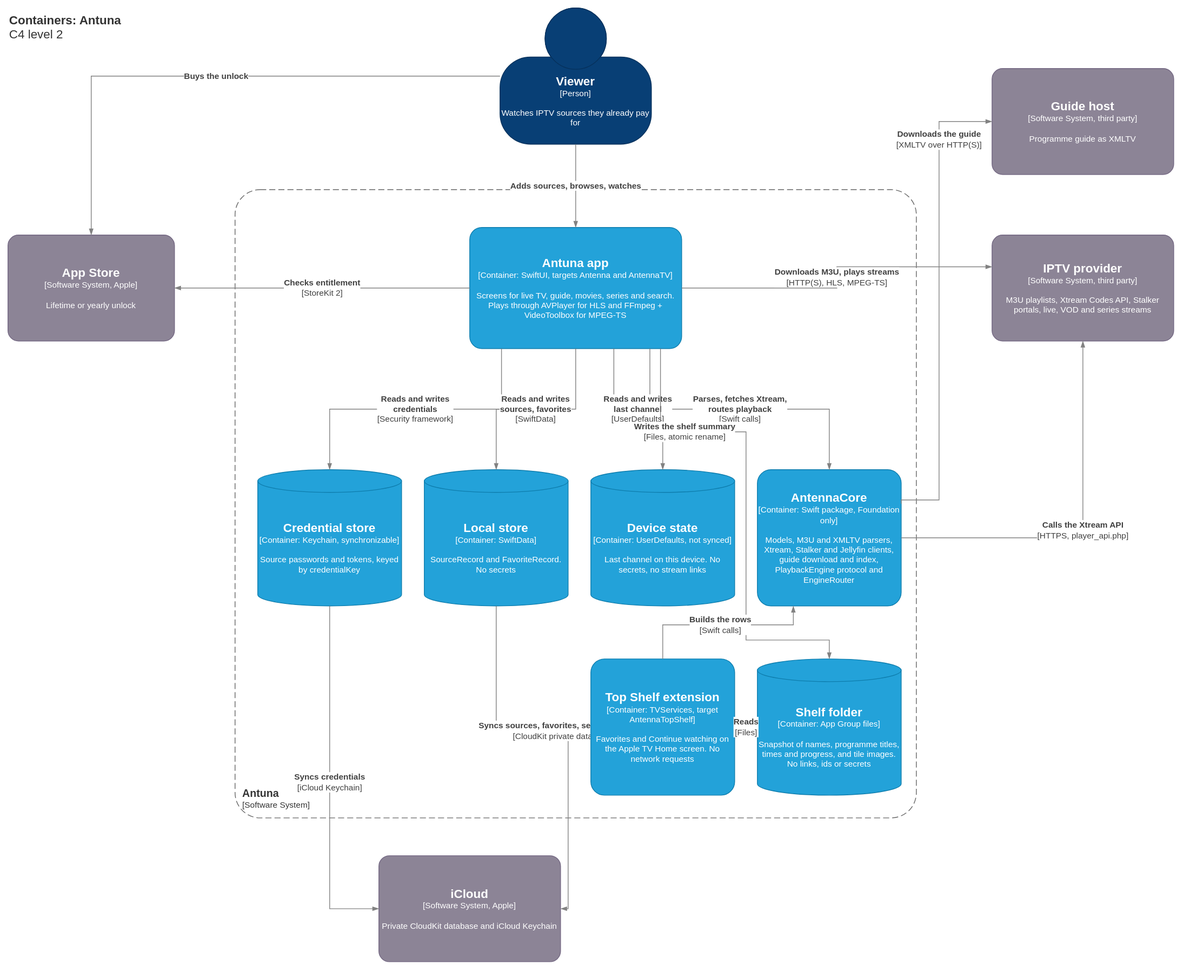
Before: docs/architecture/c4-container.drawio.svg, a diagram exported from draw.io (OlofLoov/antenna). Source tidied: cells renumbered, new cells last; positions are measured from the earlier drawing's top-left corner, leaving out a move shared by most shapes.
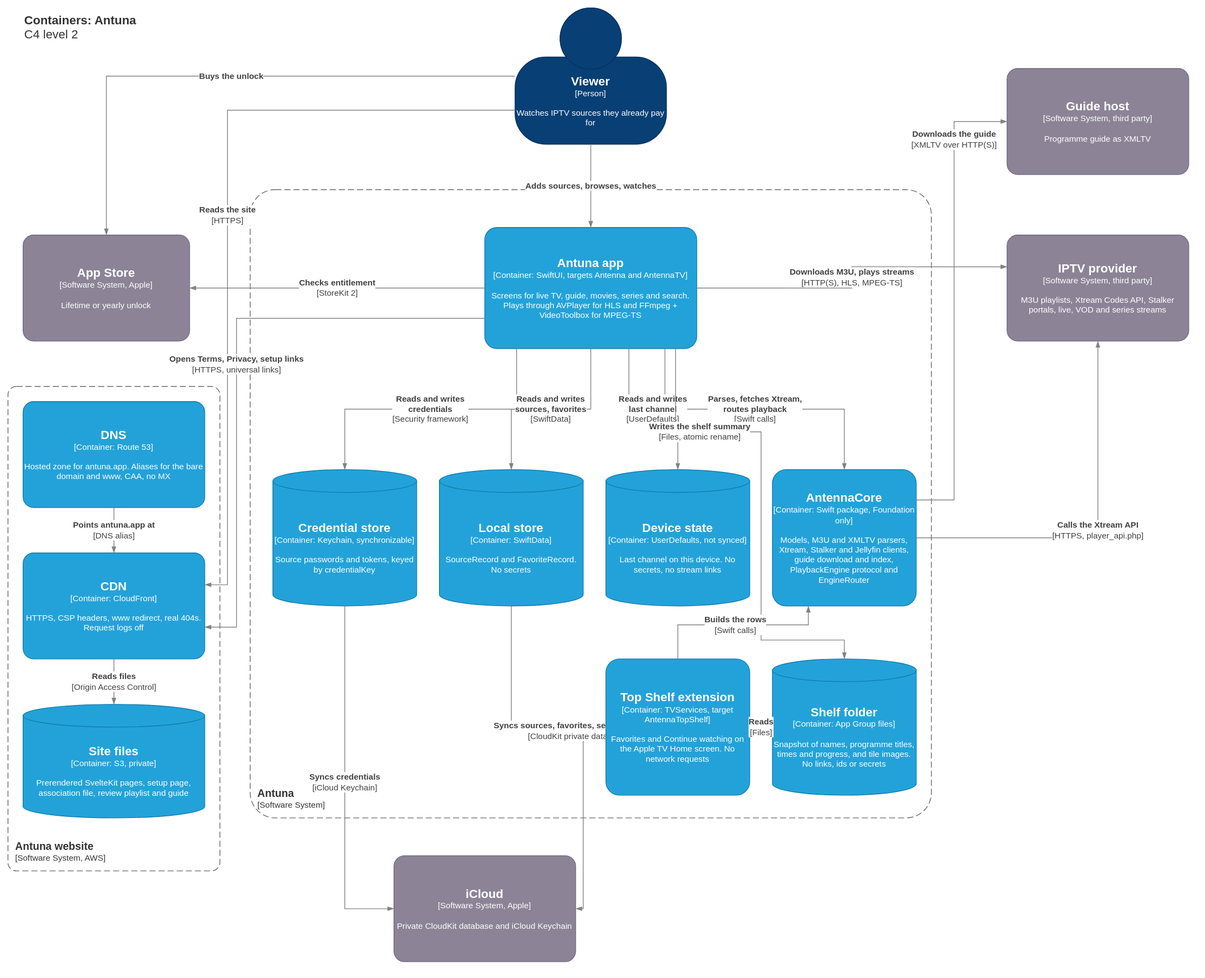
Later version of the same file.

The edit, as a diff of the source:
```diff
@@ -106,5 +106,39 @@
         </Array>
       </mxGeometry>
     </mxCell>
+    <mxCell id="31" value="&lt;font style='font-size:14px'&gt;&lt;b&gt;Antuna website&lt;/b&gt;&lt;/font&gt;&lt;div&gt;[Software System, AWS]&lt;/div&gt;" style="rounded=1;fontSize=11;whiteSpace=wrap;html=1;dashed=1;arcSize=4;fillColor=none;strokeColor=#666666;fontColor=#333333;labelBackgroundColor=none;align=left;verticalAlign=bottom;spacing=10;dashPattern=8 4;" parent="1" vertex="1">
+      <mxGeometry x="-20" y="500" width="280" height="640" as="geometry" />
+    </mxCell>
+    <mxCell id="32" value="&lt;font style='font-size:16px'&gt;&lt;b&gt;DNS&lt;/b&gt;&lt;/font&gt;&lt;div&gt;[Container: Route 53]&lt;/div&gt;&lt;br&gt;&lt;div&gt;Hosted zone for antuna.app. Aliases for the bare domain and www, CAA, no MX&lt;/div&gt;" style="rounded=1;whiteSpace=wrap;html=1;labelBackgroundColor=none;fillColor=#23A2D9;fontColor=#ffffff;align=center;arcSize=10;strokeColor=#0E7DAD;fontSize=11;" parent="1" vertex="1">
+      <mxGeometry y="520" width="240" height="140" as="geometry" />
+    </mxCell>
+    <mxCell id="33" value="&lt;font style='font-size:16px'&gt;&lt;b&gt;CDN&lt;/b&gt;&lt;/font&gt;&lt;div&gt;[Container: CloudFront]&lt;/div&gt;&lt;br&gt;&lt;div&gt;HTTPS, CSP headers, www redirect, real 404s. Request logs off&lt;/div&gt;" style="rounded=1;whiteSpace=wrap;html=1;labelBackgroundColor=none;fillColor=#23A2D9;fontColor=#ffffff;align=center;arcSize=10;strokeColor=#0E7DAD;fontSize=11;" parent="1" vertex="1">
+      <mxGeometry y="720" width="240" height="140" as="geometry" />
+    </mxCell>
+    <mxCell id="34" value="&lt;font style='font-size:16px'&gt;&lt;b&gt;Site files&lt;/b&gt;&lt;/font&gt;&lt;div&gt;[Container: S3, private]&lt;/div&gt;&lt;br&gt;&lt;div&gt;Prerendered SvelteKit pages, setup page, association file, review playlist and guide&lt;/div&gt;" style="shape=cylinder3;size=15;boundedLbl=1;whiteSpace=wrap;html=1;labelBackgroundColor=none;fillColor=#23A2D9;fontColor=#ffffff;align=center;strokeColor=#0E7DAD;fontSize=11;" parent="1" vertex="1">
+      <mxGeometry y="920" width="240" height="150" as="geometry" />
+    </mxCell>
+    <mxCell id="35" value="&lt;b&gt;Points antuna.app at&lt;/b&gt;&lt;div&gt;[DNS alias]&lt;/div&gt;" style="endArrow=blockThin;html=1;fontSize=11;fontColor=#404040;endFill=1;strokeColor=#828282;edgeStyle=orthogonalEdgeStyle;rounded=0;labelBackgroundColor=#ffffff;" parent="1" edge="1" source="32" target="33">
+      <mxGeometry relative="1" as="geometry" />
+    </mxCell>
+    <mxCell id="36" value="&lt;b&gt;Reads files&lt;/b&gt;&lt;div&gt;[Origin Access Control]&lt;/div&gt;" style="endArrow=blockThin;html=1;fontSize=11;fontColor=#404040;endFill=1;strokeColor=#828282;edgeStyle=orthogonalEdgeStyle;rounded=0;labelBackgroundColor=#ffffff;" parent="1" edge="1" source="33" target="34">
+      <mxGeometry relative="1" as="geometry" />
+    </mxCell>
+    <mxCell id="37" value="&lt;b&gt;Reads the site&lt;/b&gt;&lt;div&gt;[HTTPS]&lt;/div&gt;" style="endArrow=blockThin;html=1;fontSize=11;fontColor=#404040;endFill=1;strokeColor=#828282;edgeStyle=orthogonalEdgeStyle;rounded=0;labelBackgroundColor=#ffffff;exitX=0;exitY=0.75;entryX=1;entryY=0.3;" parent="1" edge="1" source="3" target="33">
+      <mxGeometry relative="1" as="geometry">
+        <Array as="points">
+          <mxPoint x="270" y="135" />
+          <mxPoint x="270" y="762" />
+        </Array>
+      </mxGeometry>
+    </mxCell>
+    <mxCell id="38" value="&lt;b&gt;Opens Terms, Privacy, setup links&lt;/b&gt;&lt;div&gt;[HTTPS, universal links]&lt;/div&gt;" style="endArrow=blockThin;html=1;fontSize=11;fontColor=#404040;endFill=1;strokeColor=#828282;edgeStyle=orthogonalEdgeStyle;rounded=0;labelBackgroundColor=#ffffff;exitX=0;exitY=0.75;entryX=1;entryY=0.7;" parent="1" edge="1" source="5" target="33">
+      <mxGeometry relative="1" as="geometry">
+        <Array as="points">
+          <mxPoint x="282" y="410" />
+          <mxPoint x="282" y="818" />
+        </Array>
+      </mxGeometry>
+    </mxCell>
   </root>
 </mxGraphModel>
```
